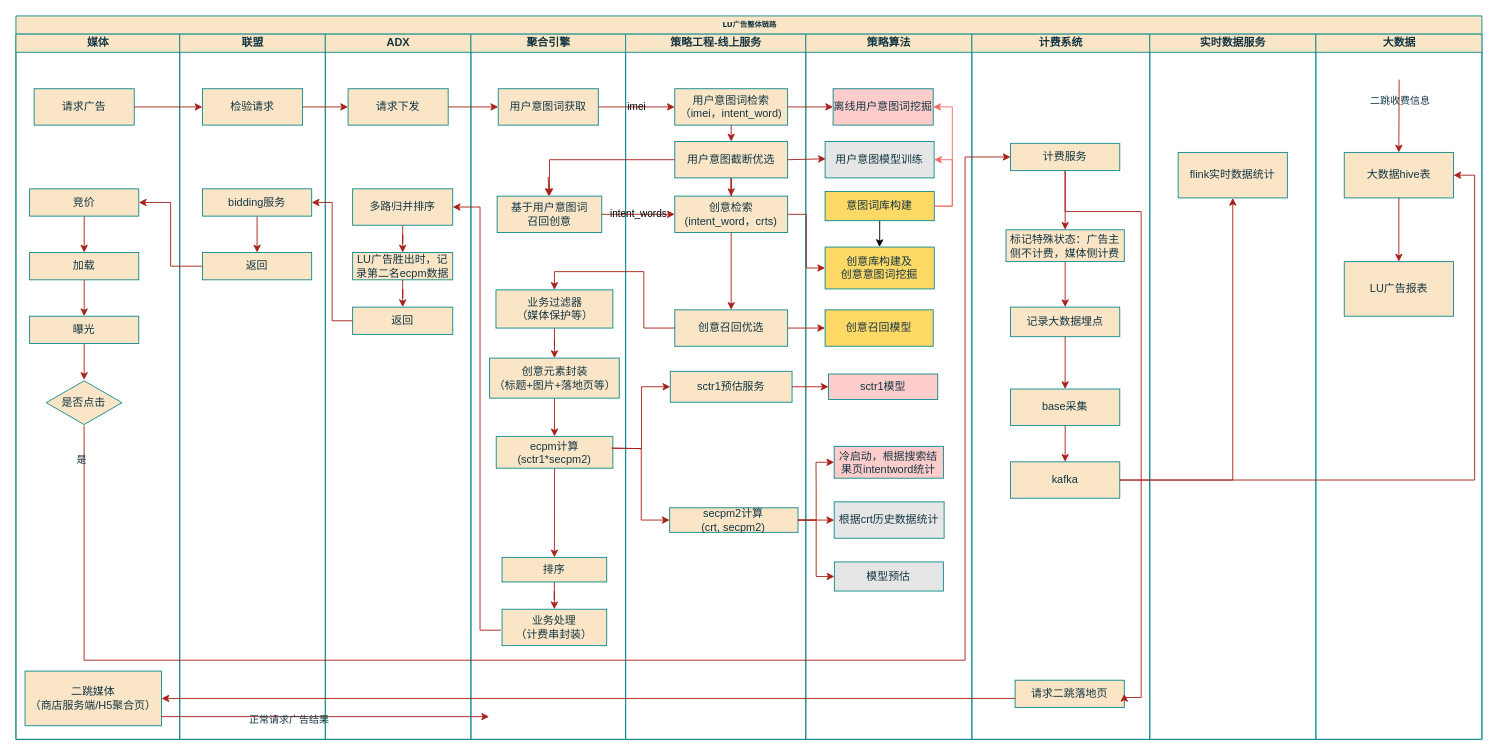
Before: 未命名绘图.drawio in sszhaoGit/colab_test, a draw.io diagram. Source tidied: cells renumbered, new cells numbered last; positions are measured from the earlier drawing's top-left corner, leaving out a move shared by most shapes. Both pictures are drawn from the tidied source at 91%, with x=0, y=0 at pixel (15, 15).
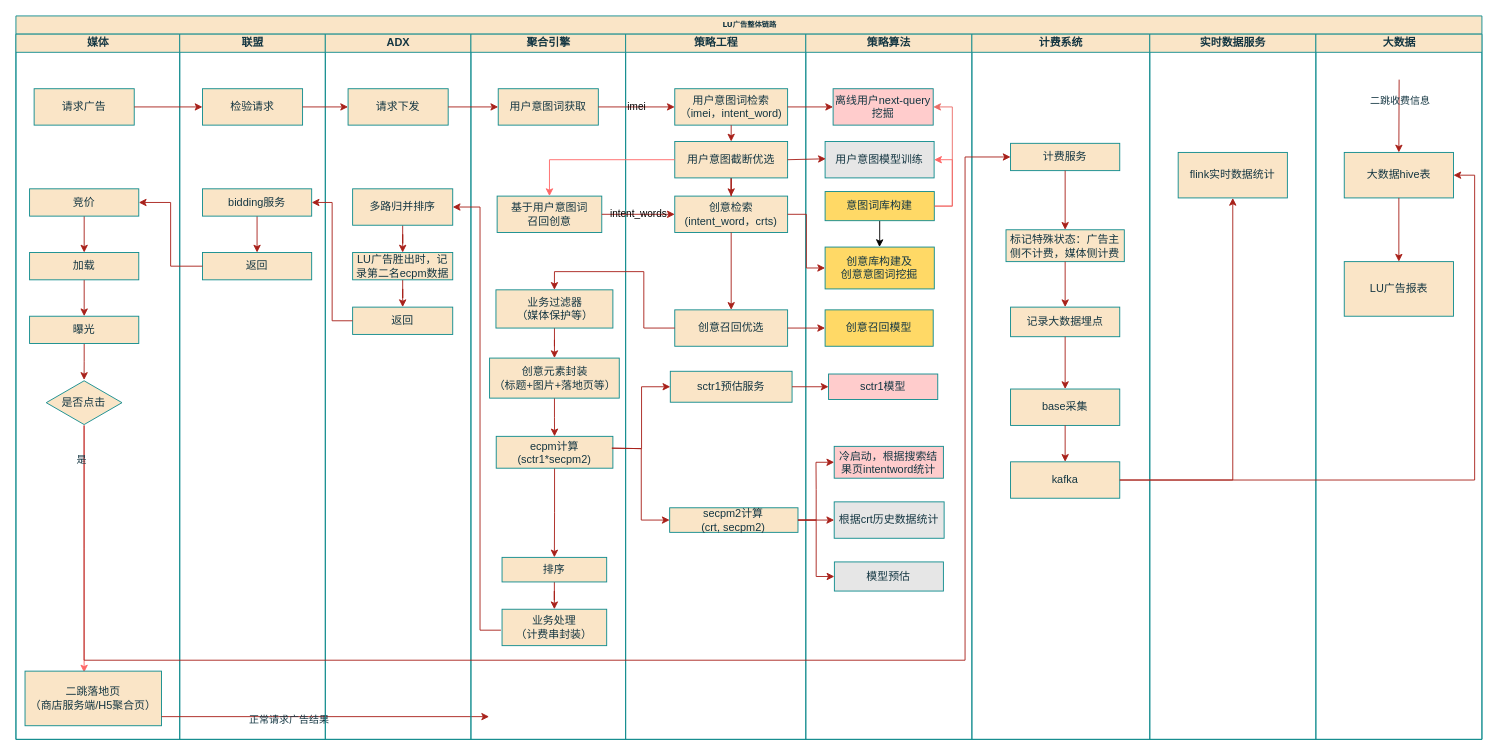
Above is the later version.

Unchanged cells that the change refers to:
```xml
<mxCell id="2" value="LU广告整体链路" style="swimlane;html=1;startSize=20;rounded=0;shadow=0;labelBackgroundColor=none;strokeWidth=1;fontFamily=Verdana;fontSize=8;align=center;fillStyle=auto;swimlaneFillColor=default;fillColor=#FAE5C7;strokeColor=#0F8B8D;fontColor=#143642;" parent="1" vertex="1">
  <mxGeometry width="1611" height="795" as="geometry" />
</mxCell>
<mxCell id="3" value="媒体" style="swimlane;html=1;startSize=20;fillColor=#FAE5C7;strokeColor=#0F8B8D;fontColor=#143642;labelBackgroundColor=none;" parent="2" vertex="1">
  <mxGeometry y="20" width="180" height="775" as="geometry" />
</mxCell>
<mxCell id="11" value="是否点击" style="html=1;whiteSpace=wrap;shape=isoRectangle;fillColor=#FAE5C7;strokeColor=#0F8B8D;fontColor=#143642;labelBackgroundColor=none;" parent="3" vertex="1">
  <mxGeometry x="33.3" y="380" width="83.3" height="50" as="geometry" />
</mxCell>
<mxCell id="27" value="聚合引擎" style="swimlane;html=1;startSize=20;fillColor=#FAE5C7;strokeColor=#0F8B8D;fontColor=#143642;labelBackgroundColor=none;" parent="2" vertex="1">
  <mxGeometry x="500" y="20" width="170" height="775" as="geometry" />
</mxCell>
<mxCell id="29" value="基于用户意图词&lt;br&gt;召回创意" style="whiteSpace=wrap;html=1;rounded=0;fillColor=#FAE5C7;strokeColor=#0F8B8D;fontColor=#143642;labelBackgroundColor=none;" parent="27" vertex="1">
  <mxGeometry x="28.8" y="178" width="115" height="40" as="geometry" />
</mxCell>
<mxCell id="45" value="用户意图截断优选" style="whiteSpace=wrap;html=1;rounded=0;fillColor=#FAE5C7;strokeColor=#0F8B8D;fontColor=#143642;labelBackgroundColor=none;" parent="41" vertex="1">
  <mxGeometry x="54" y="118" width="124" height="40" as="geometry" />
</mxCell>
<mxCell id="51" value="策略算法" style="swimlane;html=1;startSize=20;fillColor=#FAE5C7;strokeColor=#0F8B8D;fontColor=#143642;labelBackgroundColor=none;" parent="2" vertex="1">
  <mxGeometry x="868" y="20" width="182.5" height="775" as="geometry" />
</mxCell>
<mxCell id="66" value="计费系统" style="swimlane;html=1;startSize=20;fillColor=#FAE5C7;strokeColor=#0F8B8D;fontColor=#143642;labelBackgroundColor=none;" parent="2" vertex="1">
  <mxGeometry x="1050.5" y="20" width="195.5" height="775" as="geometry" />
</mxCell>
<mxCell id="69" value="计费服务" style="whiteSpace=wrap;html=1;rounded=0;fillColor=#FAE5C7;strokeColor=#0F8B8D;fontColor=#143642;labelBackgroundColor=none;" parent="66" vertex="1">
  <mxGeometry x="42.5" y="120" width="120" height="30" as="geometry" />
</mxCell>
```

What changed in the source:
```diff
@@
+    <mxCell id="110" style="edgeStyle=orthogonalEdgeStyle;rounded=0;jettySize=auto;html=1;entryX=0.433;entryY=0.025;entryDx=0;entryDy=0;entryPerimeter=0;strokeColor=#FF6666;" parent="3" edge="1" source="11" target="12">
+      <mxGeometry relative="1" as="geometry" />
+    </mxCell>
@@
-    <mxCell id="12" value="二跳媒体&lt;br&gt;（商店服务端/H5聚合页）" style="whiteSpace=wrap;html=1;rounded=0;fillColor=#FAE5C7;strokeColor=#0F8B8D;fontColor=#143642;labelBackgroundColor=none;" parent="3" vertex="1">
+    <mxCell id="12" value="二跳落地页&lt;br&gt;（商店服务端/H5聚合页）" style="whiteSpace=wrap;html=1;rounded=0;fillColor=#FAE5C7;strokeColor=#0F8B8D;fontColor=#143642;labelBackgroundColor=none;" parent="3" vertex="1">
       <mxGeometry x="10" y="700" width="150" height="60" as="geometry" />
     </mxCell>
@@
-    <mxCell id="30" style="edgeStyle=orthogonalEdgeStyle;rounded=0;jettySize=auto;html=1;labelBackgroundColor=none;strokeColor=#A8201A;fontColor=default;" parent="27" edge="1" target="29">
-      <mxGeometry relative="1" as="geometry">
-        <mxPoint x="85" y="157" as="sourcePoint" />
-      </mxGeometry>
-    </mxCell>
@@
-    <mxCell id="41" value="策略工程-线上服务" style="swimlane;html=1;startSize=20;fillColor=#FAE5C7;strokeColor=#0F8B8D;fontColor=#143642;labelBackgroundColor=none;" parent="2" vertex="1">
+    <mxCell id="41" value="策略工程" style="swimlane;html=1;startSize=20;fillColor=#FAE5C7;strokeColor=#0F8B8D;fontColor=#143642;labelBackgroundColor=none;" parent="2" vertex="1">
       <mxGeometry x="670" y="20" width="198" height="775" as="geometry" />
     </mxCell>
@@
-    <mxCell id="52" value="离线用户意图词挖掘" style="rounded=0;whiteSpace=wrap;html=1;fillColor=#FFCCCC;strokeColor=#0F8B8D;fontColor=#143642;labelBackgroundColor=none;" parent="51" vertex="1">
+    <mxCell id="52" value="离线用户next-query挖掘" style="rounded=0;whiteSpace=wrap;html=1;fillColor=#FFCCCC;strokeColor=#0F8B8D;fontColor=#143642;labelBackgroundColor=none;" parent="51" vertex="1">
       <mxGeometry x="30" y="60" width="110" height="40" as="geometry" />
     </mxCell>
@@
-    <mxCell id="67" value="请求二跳落地页" style="whiteSpace=wrap;html=1;rounded=0;fillColor=#FAE5C7;strokeColor=#0F8B8D;fontColor=#143642;labelBackgroundColor=none;" parent="66" vertex="1">
-      <mxGeometry x="47.5" y="710" width="120" height="30" as="geometry" />
-    </mxCell>
-    <mxCell id="68" style="edgeStyle=orthogonalEdgeStyle;rounded=0;jettySize=auto;html=1;entryX=1;entryY=0.5;entryDx=0;entryDy=0;labelBackgroundColor=none;strokeColor=#A8201A;fontColor=default;" parent="66" edge="1" source="69" target="67">
-      <mxGeometry relative="1" as="geometry">
-        <Array as="points">
-          <mxPoint x="103" y="195" />
-          <mxPoint x="186" y="195" />
-          <mxPoint x="186" y="729" />
-          <mxPoint x="168" y="729" />
-        </Array>
-      </mxGeometry>
-    </mxCell>
@@
-    <mxCell id="98" style="edgeStyle=orthogonalEdgeStyle;rounded=0;jettySize=auto;html=1;entryX=1;entryY=0.5;entryDx=0;entryDy=0;labelBackgroundColor=none;strokeColor=#A8201A;fontColor=default;" parent="2" edge="1" source="67" target="12">
-      <mxGeometry relative="1" as="geometry">
-        <Array as="points">
-          <mxPoint x="955" y="750" />
-        </Array>
-      </mxGeometry>
-    </mxCell>
@@
-    <mxCell id="101" style="edgeStyle=orthogonalEdgeStyle;rounded=0;jettySize=auto;html=1;entryX=0.5;entryY=0;entryDx=0;entryDy=0;labelBackgroundColor=none;strokeColor=#A8201A;fontColor=default;" parent="2" edge="1" source="45" target="29">
-      <mxGeometry relative="1" as="geometry" />
-    </mxCell>
@@
+    <mxCell id="101" style="edgeStyle=orthogonalEdgeStyle;rounded=0;jettySize=auto;html=1;entryX=0.5;entryY=0;entryDx=0;entryDy=0;strokeColor=#FF6666;" parent="2" edge="1" source="45" target="29">
+      <mxGeometry relative="1" as="geometry" />
+    </mxCell>
```
